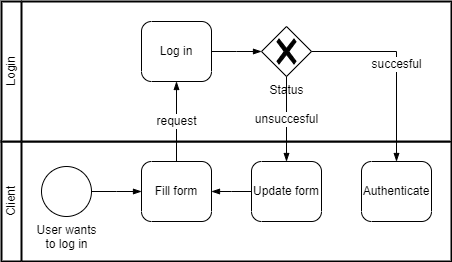
Bernardo-MG/development-docs-architecture keeps this draw.io diagram as .gitbook/assets/login_bpmn.drawio.png. Above is the earlier version. Source tidied: cells renumbered, new cells last; positions are measured from the earlier drawing's top-left corner, leaving out a move shared by most shapes. Its diagram source:
```xml
<mxGraphModel>
  <root>
    <mxCell id="0" />
    <mxCell id="1" parent="0" />
    <mxCell id="2" style="swimlane;html=1;startSize=20;fontStyle=0;horizontal=0;swimlaneLine=1;swimlaneFillColor=#ffffff;strokeWidth=2;whiteSpace=wrap;" parent="1" vertex="1">
      <mxGeometry y="140" width="450" height="120" as="geometry" />
    </mxCell>
    <object id="3" label="Client" name="Variable" placeholders="1">
      <mxCell style="text;html=1;strokeColor=none;fillColor=none;align=center;verticalAlign=middle;whiteSpace=wrap;overflow=hidden;horizontal=0;" parent="2" vertex="1">
        <mxGeometry y="10" width="20" height="100" as="geometry" />
      </mxCell>
    </object>
    <mxCell id="4" value="User wants&lt;br&gt;to log in" style="points=[[0.145,0.145,0],[0.5,0,0],[0.855,0.145,0],[1,0.5,0],[0.855,0.855,0],[0.5,1,0],[0.145,0.855,0],[0,0.5,0]];shape=mxgraph.bpmn.event;html=1;verticalLabelPosition=bottom;labelBackgroundColor=#ffffff;verticalAlign=top;align=center;perimeter=ellipsePerimeter;outlineConnect=0;outline=standard;symbol=general;" parent="2" vertex="1">
      <mxGeometry x="40" y="25" width="50" height="50" as="geometry" />
    </mxCell>
    <mxCell id="5" value="Fill form" style="points=[[0.25,0,0],[0.5,0,0],[0.75,0,0],[1,0.25,0],[1,0.5,0],[1,0.75,0],[0.75,1,0],[0.5,1,0],[0.25,1,0],[0,0.75,0],[0,0.5,0],[0,0.25,0]];shape=mxgraph.bpmn.task;whiteSpace=wrap;rectStyle=rounded;size=10;html=1;taskMarker=abstract;" parent="2" vertex="1">
      <mxGeometry x="140" y="20" width="70" height="60" as="geometry" />
    </mxCell>
    <mxCell id="6" style="edgeStyle=elbowEdgeStyle;fontSize=12;html=1;endArrow=blockThin;endFill=1;rounded=0;exitX=1;exitY=0.5;exitDx=0;exitDy=0;exitPerimeter=0;entryX=0;entryY=0.5;entryDx=0;entryDy=0;entryPerimeter=0;" parent="2" edge="1" source="4" target="5">
      <mxGeometry relative="1" as="geometry" />
    </mxCell>
    <mxCell id="7" value="Authenticate" style="points=[[0.25,0,0],[0.5,0,0],[0.75,0,0],[1,0.25,0],[1,0.5,0],[1,0.75,0],[0.75,1,0],[0.5,1,0],[0.25,1,0],[0,0.75,0],[0,0.5,0],[0,0.25,0]];shape=mxgraph.bpmn.task;whiteSpace=wrap;rectStyle=rounded;size=10;html=1;taskMarker=abstract;" parent="2" vertex="1">
      <mxGeometry x="360" y="20" width="70" height="60" as="geometry" />
    </mxCell>
    <mxCell id="8" value="Update form" style="points=[[0.25,0,0],[0.5,0,0],[0.75,0,0],[1,0.25,0],[1,0.5,0],[1,0.75,0],[0.75,1,0],[0.5,1,0],[0.25,1,0],[0,0.75,0],[0,0.5,0],[0,0.25,0]];shape=mxgraph.bpmn.task;whiteSpace=wrap;rectStyle=rounded;size=10;html=1;taskMarker=abstract;" parent="2" vertex="1">
      <mxGeometry x="250" y="20" width="70" height="60" as="geometry" />
    </mxCell>
    <mxCell id="9" style="edgeStyle=elbowEdgeStyle;fontSize=12;html=1;endArrow=blockThin;endFill=1;rounded=0;exitX=0;exitY=0.5;exitDx=0;exitDy=0;exitPerimeter=0;entryX=1;entryY=0.5;entryDx=0;entryDy=0;entryPerimeter=0;" parent="2" edge="1" source="8" target="5">
      <mxGeometry relative="1" as="geometry" />
    </mxCell>
    <mxCell id="10" style="swimlane;html=1;startSize=20;fontStyle=0;horizontal=0;swimlaneLine=1;swimlaneFillColor=#ffffff;strokeWidth=2;whiteSpace=wrap;" parent="1" vertex="1">
      <mxGeometry width="450" height="140" as="geometry" />
    </mxCell>
    <object id="11" label="Login" name="Variable" placeholders="1">
      <mxCell style="text;html=1;strokeColor=none;fillColor=none;align=center;verticalAlign=middle;whiteSpace=wrap;overflow=hidden;horizontal=0;" parent="10" vertex="1">
        <mxGeometry y="10" width="20" height="120" as="geometry" />
      </mxCell>
    </object>
    <mxCell id="12" value="Log in" style="points=[[0.25,0,0],[0.5,0,0],[0.75,0,0],[1,0.25,0],[1,0.5,0],[1,0.75,0],[0.75,1,0],[0.5,1,0],[0.25,1,0],[0,0.75,0],[0,0.5,0],[0,0.25,0]];shape=mxgraph.bpmn.task;whiteSpace=wrap;rectStyle=rounded;size=10;html=1;taskMarker=abstract;" parent="10" vertex="1">
      <mxGeometry x="140" y="20" width="70" height="60" as="geometry" />
    </mxCell>
    <mxCell id="13" style="edgeStyle=elbowEdgeStyle;fontSize=12;html=1;endArrow=blockThin;endFill=1;rounded=0;exitX=1;exitY=0.5;exitDx=0;exitDy=0;exitPerimeter=0;entryX=0;entryY=0.5;entryDx=0;entryDy=0;entryPerimeter=0;" parent="10" edge="1" source="12" target="14">
      <mxGeometry relative="1" as="geometry" />
    </mxCell>
    <mxCell id="14" value="Status" style="points=[[0.25,0.25,0],[0.5,0,0],[0.75,0.25,0],[1,0.5,0],[0.75,0.75,0],[0.5,1,0],[0.25,0.75,0],[0,0.5,0]];shape=mxgraph.bpmn.gateway2;html=1;verticalLabelPosition=bottom;labelBackgroundColor=#ffffff;verticalAlign=top;align=center;perimeter=rhombusPerimeter;outlineConnect=0;outline=none;symbol=none;gwType=exclusive;" parent="10" vertex="1">
      <mxGeometry x="260" y="25" width="50" height="50" as="geometry" />
    </mxCell>
    <mxCell id="15" value="request" style="edgeStyle=elbowEdgeStyle;fontSize=12;html=1;endArrow=blockThin;endFill=1;rounded=0;exitX=0.5;exitY=0;exitDx=0;exitDy=0;exitPerimeter=0;entryX=0.5;entryY=1;entryDx=0;entryDy=0;entryPerimeter=0;" parent="1" edge="1" source="5" target="12">
      <mxGeometry relative="1" as="geometry" />
    </mxCell>
    <mxCell id="16" value="unsuccesful" style="edgeStyle=orthogonalEdgeStyle;fontSize=12;html=1;endArrow=blockThin;endFill=1;rounded=0;exitX=0.5;exitY=1;exitDx=0;exitDy=0;exitPerimeter=0;entryX=0.5;entryY=0;entryDx=0;entryDy=0;entryPerimeter=0;" parent="1" edge="1" source="14" target="8">
      <mxGeometry relative="1" as="geometry" />
    </mxCell>
    <mxCell id="17" value="succesful" style="edgeStyle=elbowEdgeStyle;fontSize=12;html=1;endArrow=blockThin;endFill=1;rounded=0;exitX=1;exitY=0.5;exitDx=0;exitDy=0;exitPerimeter=0;entryX=0.5;entryY=0;entryDx=0;entryDy=0;entryPerimeter=0;" parent="1" edge="1" source="14" target="7">
      <mxGeometry relative="1" as="geometry">
        <Array as="points">
          <mxPoint x="395" y="90" />
          <mxPoint x="455" y="110" />
        </Array>
      </mxGeometry>
    </mxCell>
  </root>
</mxGraphModel>
```
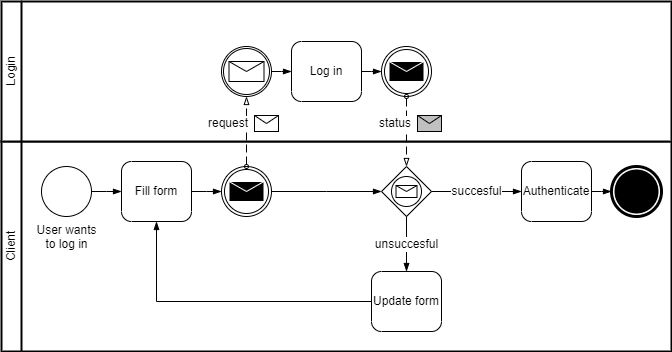
Later version of the same file.

The edit, as a diff of the source:
```diff
@@ -3,33 +3,61 @@
     <mxCell id="0" />
     <mxCell id="1" parent="0" />
     <mxCell id="2" style="swimlane;html=1;startSize=20;fontStyle=0;horizontal=0;swimlaneLine=1;swimlaneFillColor=#ffffff;strokeWidth=2;whiteSpace=wrap;" parent="1" vertex="1">
-      <mxGeometry y="140" width="450" height="120" as="geometry" />
+      <mxGeometry y="140" width="670" height="210" as="geometry" />
     </mxCell>
     <object id="3" label="Client" name="Variable" placeholders="1">
       <mxCell style="text;html=1;strokeColor=none;fillColor=none;align=center;verticalAlign=middle;whiteSpace=wrap;overflow=hidden;horizontal=0;" parent="2" vertex="1">
-        <mxGeometry y="10" width="20" height="100" as="geometry" />
+        <mxGeometry y="10" width="20" height="190" as="geometry" />
       </mxCell>
     </object>
     <mxCell id="4" value="User wants&lt;br&gt;to log in" style="points=[[0.145,0.145,0],[0.5,0,0],[0.855,0.145,0],[1,0.5,0],[0.855,0.855,0],[0.5,1,0],[0.145,0.855,0],[0,0.5,0]];shape=mxgraph.bpmn.event;html=1;verticalLabelPosition=bottom;labelBackgroundColor=#ffffff;verticalAlign=top;align=center;perimeter=ellipsePerimeter;outlineConnect=0;outline=standard;symbol=general;" parent="2" vertex="1">
       <mxGeometry x="40" y="25" width="50" height="50" as="geometry" />
     </mxCell>
     <mxCell id="5" value="Fill form" style="points=[[0.25,0,0],[0.5,0,0],[0.75,0,0],[1,0.25,0],[1,0.5,0],[1,0.75,0],[0.75,1,0],[0.5,1,0],[0.25,1,0],[0,0.75,0],[0,0.5,0],[0,0.25,0]];shape=mxgraph.bpmn.task;whiteSpace=wrap;rectStyle=rounded;size=10;html=1;taskMarker=abstract;" parent="2" vertex="1">
-      <mxGeometry x="140" y="20" width="70" height="60" as="geometry" />
+      <mxGeometry x="120" y="20" width="70" height="60" as="geometry" />
     </mxCell>
     <mxCell id="6" style="edgeStyle=elbowEdgeStyle;fontSize=12;html=1;endArrow=blockThin;endFill=1;rounded=0;exitX=1;exitY=0.5;exitDx=0;exitDy=0;exitPerimeter=0;entryX=0;entryY=0.5;entryDx=0;entryDy=0;entryPerimeter=0;" parent="2" edge="1" source="4" target="5">
       <mxGeometry relative="1" as="geometry" />
     </mxCell>
     <mxCell id="7" value="Authenticate" style="points=[[0.25,0,0],[0.5,0,0],[0.75,0,0],[1,0.25,0],[1,0.5,0],[1,0.75,0],[0.75,1,0],[0.5,1,0],[0.25,1,0],[0,0.75,0],[0,0.5,0],[0,0.25,0]];shape=mxgraph.bpmn.task;whiteSpace=wrap;rectStyle=rounded;size=10;html=1;taskMarker=abstract;" parent="2" vertex="1">
-      <mxGeometry x="360" y="20" width="70" height="60" as="geometry" />
+      <mxGeometry x="520" y="20" width="70" height="60" as="geometry" />
     </mxCell>
     <mxCell id="8" value="Update form" style="points=[[0.25,0,0],[0.5,0,0],[0.75,0,0],[1,0.25,0],[1,0.5,0],[1,0.75,0],[0.75,1,0],[0.5,1,0],[0.25,1,0],[0,0.75,0],[0,0.5,0],[0,0.25,0]];shape=mxgraph.bpmn.task;whiteSpace=wrap;rectStyle=rounded;size=10;html=1;taskMarker=abstract;" parent="2" vertex="1">
-      <mxGeometry x="250" y="20" width="70" height="60" as="geometry" />
+      <mxGeometry x="370" y="130" width="70" height="60" as="geometry" />
     </mxCell>
+    <mxCell id="18" style="points=[[0.145,0.145,0],[0.5,0,0],[0.855,0.145,0],[1,0.5,0],[0.855,0.855,0],[0.5,1,0],[0.145,0.855,0],[0,0.5,0]];shape=mxgraph.bpmn.event;html=1;verticalLabelPosition=bottom;labelBackgroundColor=#ffffff;verticalAlign=top;align=center;perimeter=ellipsePerimeter;outlineConnect=0;outline=end;symbol=terminate;" parent="2" vertex="1">
+      <mxGeometry x="610" y="25" width="50" height="50" as="geometry" />
+    </mxCell>
+    <mxCell id="19" style="edgeStyle=elbowEdgeStyle;fontSize=12;html=1;endArrow=blockThin;endFill=1;rounded=0;exitX=1;exitY=0.5;exitDx=0;exitDy=0;exitPerimeter=0;entryX=0;entryY=0.5;entryDx=0;entryDy=0;entryPerimeter=0;" parent="2" edge="1" source="7" target="18">
+      <mxGeometry relative="1" as="geometry" />
+    </mxCell>
+    <mxCell id="20" style="points=[[0.25,0.25,0],[0.5,0,0],[0.75,0.25,0],[1,0.5,0],[0.75,0.75,0],[0.5,1,0],[0.25,0.75,0],[0,0.5,0]];shape=mxgraph.bpmn.gateway2;html=1;verticalLabelPosition=bottom;labelBackgroundColor=#ffffff;verticalAlign=top;align=center;perimeter=rhombusPerimeter;outlineConnect=0;outline=standard;symbol=message;" parent="2" vertex="1">
+      <mxGeometry x="380" y="25" width="50" height="50" as="geometry" />
+    </mxCell>
+    <mxCell id="16" value="unsuccesful" style="edgeStyle=orthogonalEdgeStyle;fontSize=12;html=1;endArrow=blockThin;endFill=1;rounded=0;exitX=0.5;exitY=1;exitDx=0;exitDy=0;exitPerimeter=0;entryX=0.5;entryY=0;entryDx=0;entryDy=0;entryPerimeter=0;" parent="2" edge="1" source="20" target="8">
+      <mxGeometry relative="1" as="geometry" />
+    </mxCell>
-    <mxCell id="9" style="edgeStyle=elbowEdgeStyle;fontSize=12;html=1;endArrow=blockThin;endFill=1;rounded=0;exitX=0;exitY=0.5;exitDx=0;exitDy=0;exitPerimeter=0;entryX=1;entryY=0.5;entryDx=0;entryDy=0;entryPerimeter=0;" parent="2" edge="1" source="8" target="5">
-      <mxGeometry relative="1" as="geometry" />
+    <mxCell id="9" style="edgeStyle=elbowEdgeStyle;fontSize=12;html=1;endArrow=blockThin;endFill=1;rounded=0;exitX=0;exitY=0.5;exitDx=0;exitDy=0;exitPerimeter=0;entryX=0.5;entryY=1;entryDx=0;entryDy=0;entryPerimeter=0;" parent="2" edge="1" source="8" target="5">
+      <mxGeometry relative="1" as="geometry">
+        <Array as="points">
+          <mxPoint x="155" y="120" />
+        </Array>
+      </mxGeometry>
     </mxCell>
+    <mxCell id="17" value="succesful" style="edgeStyle=elbowEdgeStyle;fontSize=12;html=1;endArrow=blockThin;endFill=1;rounded=0;exitX=1;exitY=0.5;exitDx=0;exitDy=0;exitPerimeter=0;entryX=0;entryY=0.5;entryDx=0;entryDy=0;entryPerimeter=0;" parent="2" edge="1" source="20" target="7">
+      <mxGeometry relative="1" as="geometry" />
+    </mxCell>
+    <mxCell id="21" style="points=[[0.145,0.145,0],[0.5,0,0],[0.855,0.145,0],[1,0.5,0],[0.855,0.855,0],[0.5,1,0],[0.145,0.855,0],[0,0.5,0]];shape=mxgraph.bpmn.event;html=1;verticalLabelPosition=bottom;labelBackgroundColor=#ffffff;verticalAlign=top;align=center;perimeter=ellipsePerimeter;outlineConnect=0;outline=throwing;symbol=message;" parent="2" vertex="1">
+      <mxGeometry x="220" y="25" width="50" height="50" as="geometry" />
+    </mxCell>
+    <mxCell id="22" style="edgeStyle=elbowEdgeStyle;fontSize=12;html=1;endArrow=blockThin;endFill=1;rounded=0;exitX=1;exitY=0.5;exitDx=0;exitDy=0;exitPerimeter=0;entryX=0;entryY=0.5;entryDx=0;entryDy=0;entryPerimeter=0;" parent="2" edge="1" source="5" target="21">
+      <mxGeometry relative="1" as="geometry" />
+    </mxCell>
+    <mxCell id="23" style="edgeStyle=elbowEdgeStyle;fontSize=12;html=1;endArrow=blockThin;endFill=1;rounded=0;exitX=1;exitY=0.5;exitDx=0;exitDy=0;exitPerimeter=0;entryX=0;entryY=0.5;entryDx=0;entryDy=0;entryPerimeter=0;" parent="2" edge="1" source="21" target="20">
+      <mxGeometry relative="1" as="geometry" />
+    </mxCell>
     <mxCell id="10" style="swimlane;html=1;startSize=20;fontStyle=0;horizontal=0;swimlaneLine=1;swimlaneFillColor=#ffffff;strokeWidth=2;whiteSpace=wrap;" parent="1" vertex="1">
-      <mxGeometry width="450" height="140" as="geometry" />
+      <mxGeometry width="670" height="140" as="geometry" />
     </mxCell>
     <object id="11" label="Login" name="Variable" placeholders="1">
       <mxCell style="text;html=1;strokeColor=none;fillColor=none;align=center;verticalAlign=middle;whiteSpace=wrap;overflow=hidden;horizontal=0;" parent="10" vertex="1">
@@ -37,27 +65,35 @@
       </mxCell>
     </object>
     <mxCell id="12" value="Log in" style="points=[[0.25,0,0],[0.5,0,0],[0.75,0,0],[1,0.25,0],[1,0.5,0],[1,0.75,0],[0.75,1,0],[0.5,1,0],[0.25,1,0],[0,0.75,0],[0,0.5,0],[0,0.25,0]];shape=mxgraph.bpmn.task;whiteSpace=wrap;rectStyle=rounded;size=10;html=1;taskMarker=abstract;" parent="10" vertex="1">
-      <mxGeometry x="140" y="20" width="70" height="60" as="geometry" />
+      <mxGeometry x="290" y="40" width="70" height="60" as="geometry" />
     </mxCell>
-    <mxCell id="13" style="edgeStyle=elbowEdgeStyle;fontSize=12;html=1;endArrow=blockThin;endFill=1;rounded=0;exitX=1;exitY=0.5;exitDx=0;exitDy=0;exitPerimeter=0;entryX=0;entryY=0.5;entryDx=0;entryDy=0;entryPerimeter=0;" parent="10" edge="1" source="12" target="14">
-      <mxGeometry relative="1" as="geometry" />
-    </mxCell>
-    <mxCell id="14" value="Status" style="points=[[0.25,0.25,0],[0.5,0,0],[0.75,0.25,0],[1,0.5,0],[0.75,0.75,0],[0.5,1,0],[0.25,0.75,0],[0,0.5,0]];shape=mxgraph.bpmn.gateway2;html=1;verticalLabelPosition=bottom;labelBackgroundColor=#ffffff;verticalAlign=top;align=center;perimeter=rhombusPerimeter;outlineConnect=0;outline=none;symbol=none;gwType=exclusive;" parent="10" vertex="1">
-      <mxGeometry x="260" y="25" width="50" height="50" as="geometry" />
-    </mxCell>
+    <mxCell id="24" style="points=[[0.145,0.145,0],[0.5,0,0],[0.855,0.145,0],[1,0.5,0],[0.855,0.855,0],[0.5,1,0],[0.145,0.855,0],[0,0.5,0]];shape=mxgraph.bpmn.event;html=1;verticalLabelPosition=bottom;labelBackgroundColor=#ffffff;verticalAlign=top;align=center;perimeter=ellipsePerimeter;outlineConnect=0;outline=catching;symbol=message;" parent="10" vertex="1">
+      <mxGeometry x="220" y="45" width="50" height="50" as="geometry" />
+    </mxCell>
+    <mxCell id="25" style="edgeStyle=elbowEdgeStyle;fontSize=12;html=1;endArrow=blockThin;endFill=1;rounded=0;exitX=1;exitY=0.5;exitDx=0;exitDy=0;exitPerimeter=0;entryX=0;entryY=0.5;entryDx=0;entryDy=0;entryPerimeter=0;" parent="10" edge="1" source="24" target="12">
+      <mxGeometry relative="1" as="geometry" />
+    </mxCell>
+    <mxCell id="26" style="points=[[0.145,0.145,0],[0.5,0,0],[0.855,0.145,0],[1,0.5,0],[0.855,0.855,0],[0.5,1,0],[0.145,0.855,0],[0,0.5,0]];shape=mxgraph.bpmn.event;html=1;verticalLabelPosition=bottom;labelBackgroundColor=#ffffff;verticalAlign=top;align=center;perimeter=ellipsePerimeter;outlineConnect=0;outline=throwing;symbol=message;" parent="10" vertex="1">
+      <mxGeometry x="380" y="45" width="50" height="50" as="geometry" />
+    </mxCell>
+    <mxCell id="27" style="edgeStyle=elbowEdgeStyle;fontSize=12;html=1;endArrow=blockThin;endFill=1;rounded=0;exitX=1;exitY=0.5;exitDx=0;exitDy=0;exitPerimeter=0;entryX=0;entryY=0.5;entryDx=0;entryDy=0;entryPerimeter=0;" parent="10" edge="1" source="12" target="26">
+      <mxGeometry relative="1" as="geometry" />
+    </mxCell>
+    <mxCell id="28" style="endArrow=blockThin;html=1;labelPosition=left;verticalLabelPosition=middle;align=right;verticalAlign=middle;dashed=1;dashPattern=8 4;endFill=0;startArrow=oval;startFill=0;endSize=6;startSize=4;rounded=0;exitX=0.5;exitY=0;exitDx=0;exitDy=0;exitPerimeter=0;entryX=0.5;entryY=1;entryDx=0;entryDy=0;entryPerimeter=0;" parent="1" edge="1" source="21" target="24">
+      <mxGeometry relative="1" as="geometry" />
+    </mxCell>
-    <mxCell id="15" value="request" style="edgeStyle=elbowEdgeStyle;fontSize=12;html=1;endArrow=blockThin;endFill=1;rounded=0;exitX=0.5;exitY=0;exitDx=0;exitDy=0;exitPerimeter=0;entryX=0.5;entryY=1;entryDx=0;entryDy=0;entryPerimeter=0;" parent="1" edge="1" source="5" target="12">
-      <mxGeometry relative="1" as="geometry" />
+    <mxCell id="15" value="request" style="shape=message;html=1;labelPosition=left;verticalLabelPosition=middle;align=right;verticalAlign=middle;spacingRight=5;labelBackgroundColor=#ffffff;" parent="28" vertex="1">
+      <mxGeometry width="24" height="16" relative="1" as="geometry">
+        <mxPoint x="8" y="-16" as="offset" />
+      </mxGeometry>
     </mxCell>
-    <mxCell id="16" value="unsuccesful" style="edgeStyle=orthogonalEdgeStyle;fontSize=12;html=1;endArrow=blockThin;endFill=1;rounded=0;exitX=0.5;exitY=1;exitDx=0;exitDy=0;exitPerimeter=0;entryX=0.5;entryY=0;entryDx=0;entryDy=0;entryPerimeter=0;" parent="1" edge="1" source="14" target="8">
-      <mxGeometry relative="1" as="geometry" />
-    </mxCell>
-    <mxCell id="17" value="succesful" style="edgeStyle=elbowEdgeStyle;fontSize=12;html=1;endArrow=blockThin;endFill=1;rounded=0;exitX=1;exitY=0.5;exitDx=0;exitDy=0;exitPerimeter=0;entryX=0.5;entryY=0;entryDx=0;entryDy=0;entryPerimeter=0;" parent="1" edge="1" source="14" target="7">
-      <mxGeometry relative="1" as="geometry">
-        <Array as="points">
-          <mxPoint x="395" y="90" />
-          <mxPoint x="455" y="110" />
-        </Array>
-      </mxGeometry>
-    </mxCell>
+    <mxCell id="29" style="endArrow=blockThin;html=1;labelPosition=left;verticalLabelPosition=middle;align=right;verticalAlign=middle;dashed=1;dashPattern=8 4;endFill=0;startArrow=oval;startFill=0;endSize=6;startSize=4;rounded=0;exitX=0.5;exitY=1;exitDx=0;exitDy=0;exitPerimeter=0;entryX=0.5;entryY=0;entryDx=0;entryDy=0;entryPerimeter=0;" parent="1" edge="1" source="26" target="20">
+      <mxGeometry relative="1" as="geometry" />
+    </mxCell>
+    <mxCell id="30" value="status" style="shape=message;html=1;labelPosition=left;verticalLabelPosition=middle;align=right;verticalAlign=middle;spacingRight=5;labelBackgroundColor=#ffffff;fillColor=#C0C0C0;" parent="29" vertex="1">
+      <mxGeometry width="24" height="16" relative="1" as="geometry">
+        <mxPoint x="11" y="-16" as="offset" />
+      </mxGeometry>
+    </mxCell>
   </root>
 </mxGraphModel>
```
